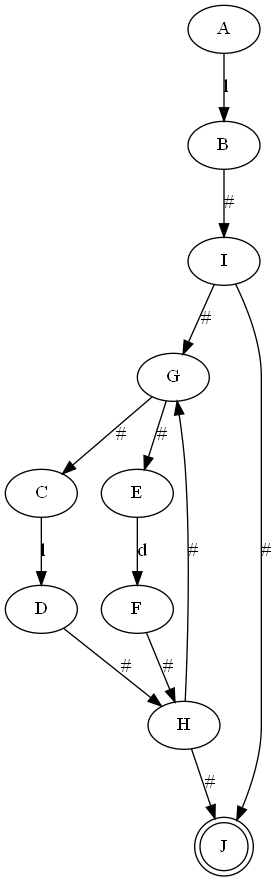
XiaoYi-byte/compiler-project keeps this Graphviz diagram as picture/NFA.gv.png. Above is the earlier version. Its source is kept beside it as picture/NFA.gv.
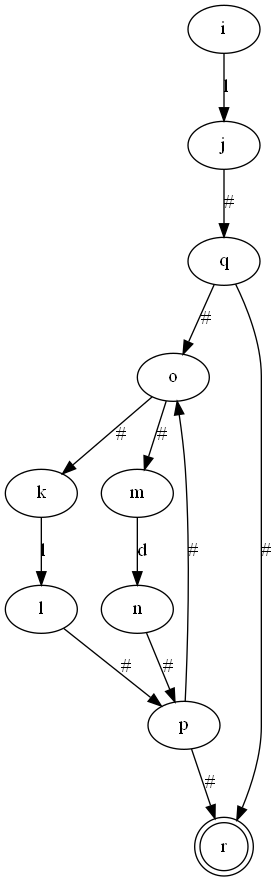
After the change.

Change to the diagram source:
```diff
@@ -1,38 +1,38 @@
 digraph NFA {
-	A [label=A]
-	C [label=C]
-	E [label=E]
-	G [label=G]
-	D [label=D]
-	F [label=F]
-	I [label=I]
-	H [label=H]
-	B [label=B]
-	J
- [label=J
+	i [label=i]
+	k [label=k]
+	m [label=m]
+	o [label=o]
+	l [label=l]
+	n [label=n]
+	q [label=q]
+	p [label=p]
+	j [label=j]
+	r
+ [label=r
  shape=doublecircle]
-	A -> B
+	i -> j
  [label=l]
-	C -> D
+	k -> l
  [label=l]
-	E -> F
+	m -> n
  [label=d]
-	G -> C
+	o -> k
  [label="#"]
-	G -> E
+	o -> m
  [label="#"]
-	D -> H
+	l -> p
  [label="#"]
-	F -> H
+	n -> p
  [label="#"]
-	I -> G
+	q -> o
  [label="#"]
-	I -> J
+	q -> r
  [label="#"]
-	H -> J
+	p -> r
  [label="#"]
-	H -> G
+	p -> o
  [label="#"]
-	B -> I
+	j -> q
  [label="#"]
 }
```
